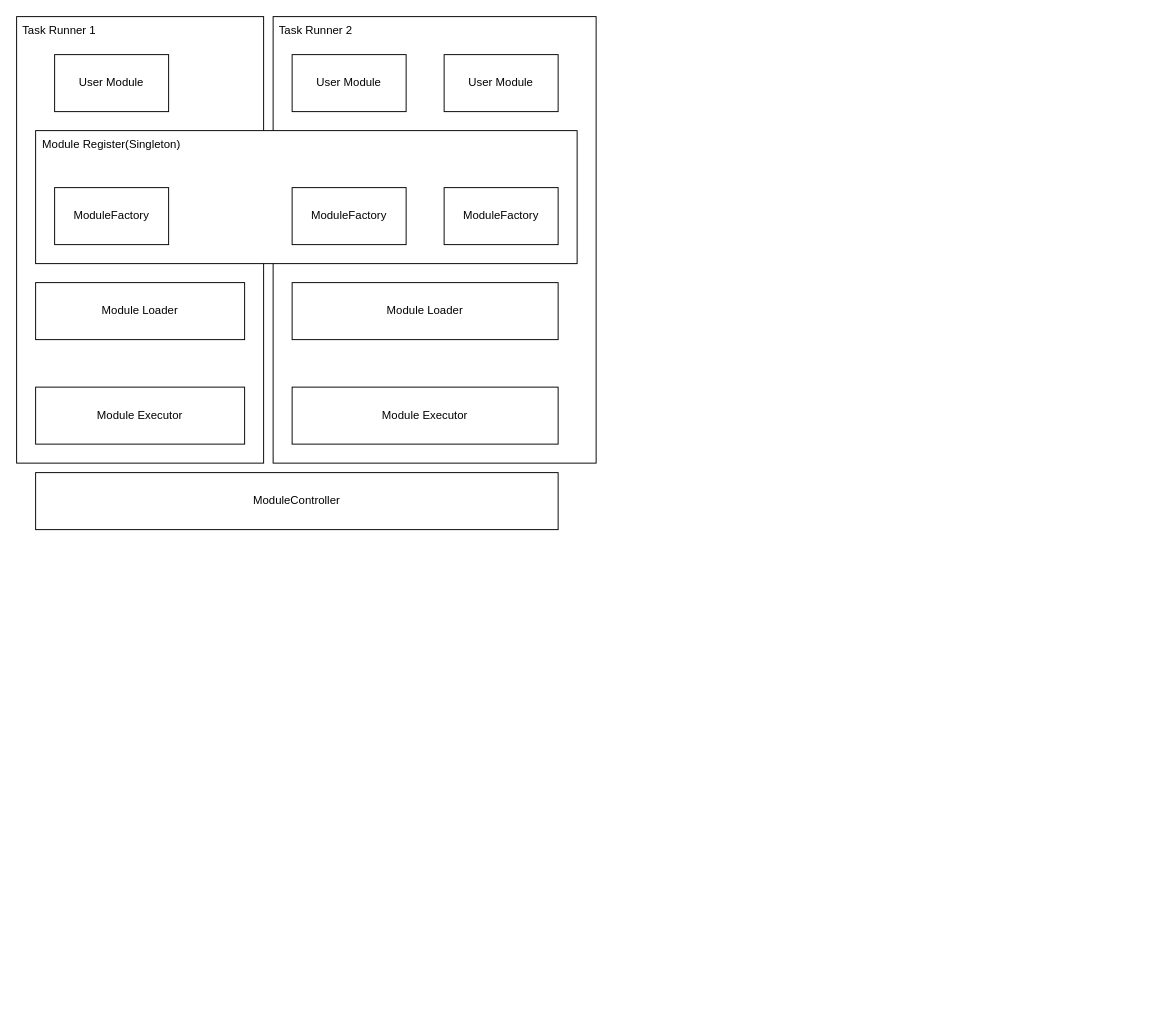
This is page "module" (2 of 3) of doc/arch.drawio from ISSuh/link, a draw.io file, before an edit. Source tidied: cells renumbered, new cells numbered last; positions are measured from the earlier drawing's top-left corner, leaving out a move shared by most shapes. Both pictures are drawn from the tidied source at 95%, with x=0, y=0 at pixel (16, 16).
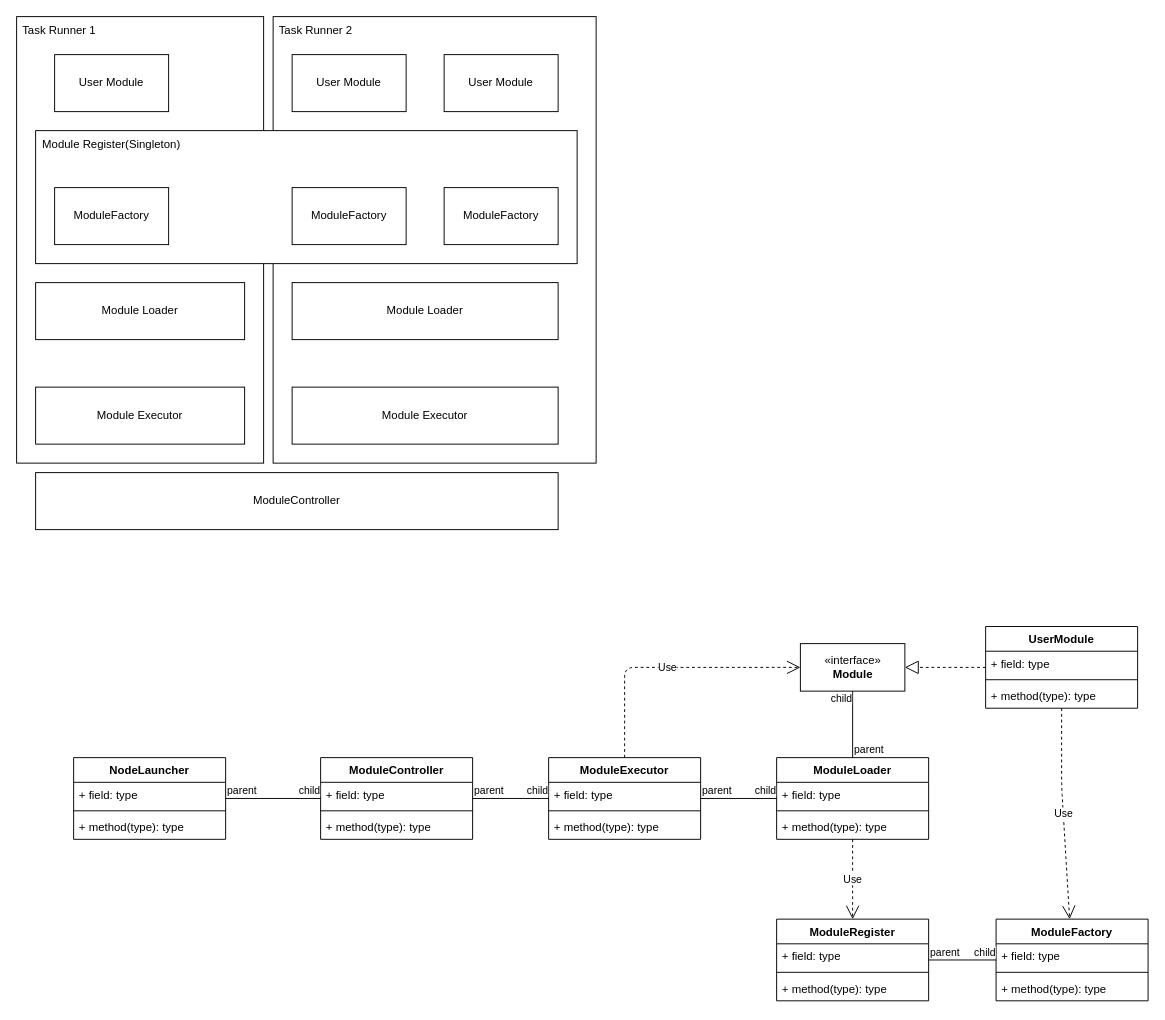
The same page after the edit.

Commit message (it also covers changes not shown here):
[dev] implementing module controller

What changed in the source:
```diff
@@
+    <mxCell id="19" value="ModuleController" style="swimlane;fontStyle=1;align=center;verticalAlign=top;horizontal=1;startSize=26;" parent="1" vertex="1">
+      <mxGeometry x="320" y="780" width="160" height="86" as="geometry" />
+    </mxCell>
+    <mxCell id="20" value="+ field: type" style="text;strokeColor=none;fillColor=none;align=left;verticalAlign=top;spacingLeft=4;spacingRight=4;overflow=hidden;" parent="19" vertex="1">
+      <mxGeometry y="26" width="160" height="26" as="geometry" />
+    </mxCell>
+    <mxCell id="21" style="line;strokeWidth=1;fillColor=none;align=left;verticalAlign=middle;spacingTop=-1;spacingLeft=3;spacingRight=3;labelPosition=right;" parent="19" vertex="1">
+      <mxGeometry y="52" width="160" height="8" as="geometry" />
+    </mxCell>
+    <mxCell id="22" value="+ method(type): type" style="text;strokeColor=none;fillColor=none;align=left;verticalAlign=top;spacingLeft=4;spacingRight=4;overflow=hidden;" parent="19" vertex="1">
+      <mxGeometry y="60" width="160" height="26" as="geometry" />
+    </mxCell>
+    <mxCell id="23" value="ModuleExecutor" style="swimlane;fontStyle=1;align=center;verticalAlign=top;horizontal=1;startSize=26;" parent="1" vertex="1">
+      <mxGeometry x="560" y="780" width="160" height="86" as="geometry" />
+    </mxCell>
+    <mxCell id="24" value="+ field: type" style="text;strokeColor=none;fillColor=none;align=left;verticalAlign=top;spacingLeft=4;spacingRight=4;overflow=hidden;" parent="23" vertex="1">
+      <mxGeometry y="26" width="160" height="26" as="geometry" />
+    </mxCell>
+    <mxCell id="25" style="line;strokeWidth=1;fillColor=none;align=left;verticalAlign=middle;spacingTop=-1;spacingLeft=3;spacingRight=3;labelPosition=right;" parent="23" vertex="1">
+      <mxGeometry y="52" width="160" height="8" as="geometry" />
+    </mxCell>
+    <mxCell id="26" value="+ method(type): type" style="text;strokeColor=none;fillColor=none;align=left;verticalAlign=top;spacingLeft=4;spacingRight=4;overflow=hidden;" parent="23" vertex="1">
+      <mxGeometry y="60" width="160" height="26" as="geometry" />
+    </mxCell>
+    <mxCell id="27" value="ModuleLoader" style="swimlane;fontStyle=1;align=center;verticalAlign=top;horizontal=1;startSize=26;" parent="1" vertex="1">
+      <mxGeometry x="800" y="780" width="160" height="86" as="geometry" />
+    </mxCell>
+    <mxCell id="28" value="+ field: type" style="text;strokeColor=none;fillColor=none;align=left;verticalAlign=top;spacingLeft=4;spacingRight=4;overflow=hidden;" parent="27" vertex="1">
+      <mxGeometry y="26" width="160" height="26" as="geometry" />
+    </mxCell>
+    <mxCell id="29" style="line;strokeWidth=1;fillColor=none;align=left;verticalAlign=middle;spacingTop=-1;spacingLeft=3;spacingRight=3;labelPosition=right;" parent="27" vertex="1">
+      <mxGeometry y="52" width="160" height="8" as="geometry" />
+    </mxCell>
+    <mxCell id="30" value="+ method(type): type" style="text;strokeColor=none;fillColor=none;align=left;verticalAlign=top;spacingLeft=4;spacingRight=4;overflow=hidden;" parent="27" vertex="1">
+      <mxGeometry y="60" width="160" height="26" as="geometry" />
+    </mxCell>
+    <mxCell id="31" value="UserModule" style="swimlane;fontStyle=1;align=center;verticalAlign=top;horizontal=1;startSize=26;" parent="1" vertex="1">
+      <mxGeometry x="1020" y="642" width="160" height="86" as="geometry" />
+    </mxCell>
+    <mxCell id="32" value="+ field: type" style="text;strokeColor=none;fillColor=none;align=left;verticalAlign=top;spacingLeft=4;spacingRight=4;overflow=hidden;" parent="31" vertex="1">
+      <mxGeometry y="26" width="160" height="26" as="geometry" />
+    </mxCell>
+    <mxCell id="33" style="line;strokeWidth=1;fillColor=none;align=left;verticalAlign=middle;spacingTop=-1;spacingLeft=3;spacingRight=3;labelPosition=right;" parent="31" vertex="1">
+      <mxGeometry y="52" width="160" height="8" as="geometry" />
+    </mxCell>
+    <mxCell id="34" value="+ method(type): type" style="text;strokeColor=none;fillColor=none;align=left;verticalAlign=top;spacingLeft=4;spacingRight=4;overflow=hidden;" parent="31" vertex="1">
+      <mxGeometry y="60" width="160" height="26" as="geometry" />
+    </mxCell>
+    <mxCell id="35" value="«interface»&lt;br&gt;&lt;b&gt;Module&lt;/b&gt;" style="html=1;" parent="1" vertex="1">
+      <mxGeometry x="825" y="660" width="110" height="50" as="geometry" />
+    </mxCell>
+    <mxCell id="36" style="endArrow=block;dashed=1;endFill=0;endSize=12;html=1;entryX=1;entryY=0.5;entryDx=0;entryDy=0;" parent="1" edge="1" source="31" target="35">
+      <mxGeometry relative="1" as="geometry" />
+    </mxCell>
+    <mxCell id="37" style="endArrow=none;html=1;edgeStyle=orthogonalEdgeStyle;" parent="1" edge="1" source="27" target="35">
+      <mxGeometry relative="1" as="geometry" />
+    </mxCell>
+    <mxCell id="38" value="parent" style="edgeLabel;html=1;align=left;verticalAlign=bottom;" parent="37" vertex="1">
+      <mxGeometry x="-1" relative="1" as="geometry" />
+    </mxCell>
+    <mxCell id="39" value="child" style="edgeLabel;html=1;align=right;verticalAlign=bottom;" parent="37" vertex="1">
+      <mxGeometry x="1" relative="1" as="geometry">
+        <mxPoint y="16" as="offset" />
+      </mxGeometry>
+    </mxCell>
+    <mxCell id="40" style="endArrow=none;html=1;edgeStyle=orthogonalEdgeStyle;" parent="1" edge="1" source="23" target="27">
+      <mxGeometry relative="1" as="geometry" />
+    </mxCell>
+    <mxCell id="41" value="parent" style="edgeLabel;html=1;align=left;verticalAlign=bottom;" parent="40" vertex="1">
+      <mxGeometry x="-1" relative="1" as="geometry" />
+    </mxCell>
+    <mxCell id="42" value="child" style="edgeLabel;html=1;align=right;verticalAlign=bottom;" parent="40" vertex="1">
+      <mxGeometry x="1" relative="1" as="geometry" />
+    </mxCell>
+    <mxCell id="43" style="endArrow=none;html=1;edgeStyle=orthogonalEdgeStyle;" parent="1" edge="1" source="19" target="23">
+      <mxGeometry relative="1" as="geometry" />
+    </mxCell>
+    <mxCell id="44" value="parent" style="edgeLabel;html=1;align=left;verticalAlign=bottom;" parent="43" vertex="1">
+      <mxGeometry x="-1" relative="1" as="geometry" />
+    </mxCell>
+    <mxCell id="45" value="child" style="edgeLabel;html=1;align=right;verticalAlign=bottom;" parent="43" vertex="1">
+      <mxGeometry x="1" relative="1" as="geometry" />
+    </mxCell>
+    <mxCell id="46" value="ModuleRegister" style="swimlane;fontStyle=1;align=center;verticalAlign=top;horizontal=1;startSize=26;" parent="1" vertex="1">
+      <mxGeometry x="800" y="950" width="160" height="86" as="geometry" />
+    </mxCell>
+    <mxCell id="47" value="+ field: type" style="text;strokeColor=none;fillColor=none;align=left;verticalAlign=top;spacingLeft=4;spacingRight=4;overflow=hidden;" parent="46" vertex="1">
+      <mxGeometry y="26" width="160" height="26" as="geometry" />
+    </mxCell>
+    <mxCell id="48" style="line;strokeWidth=1;fillColor=none;align=left;verticalAlign=middle;spacingTop=-1;spacingLeft=3;spacingRight=3;labelPosition=right;" parent="46" vertex="1">
+      <mxGeometry y="52" width="160" height="8" as="geometry" />
+    </mxCell>
+    <mxCell id="49" value="+ method(type): type" style="text;strokeColor=none;fillColor=none;align=left;verticalAlign=top;spacingLeft=4;spacingRight=4;overflow=hidden;" parent="46" vertex="1">
+      <mxGeometry y="60" width="160" height="26" as="geometry" />
+    </mxCell>
+    <mxCell id="50" value="ModuleFactory" style="swimlane;fontStyle=1;align=center;verticalAlign=top;horizontal=1;startSize=26;" parent="1" vertex="1">
+      <mxGeometry x="1031" y="950" width="160" height="86" as="geometry" />
+    </mxCell>
+    <mxCell id="51" value="+ field: type" style="text;strokeColor=none;fillColor=none;align=left;verticalAlign=top;spacingLeft=4;spacingRight=4;overflow=hidden;" parent="50" vertex="1">
+      <mxGeometry y="26" width="160" height="26" as="geometry" />
+    </mxCell>
+    <mxCell id="52" style="line;strokeWidth=1;fillColor=none;align=left;verticalAlign=middle;spacingTop=-1;spacingLeft=3;spacingRight=3;labelPosition=right;" parent="50" vertex="1">
+      <mxGeometry y="52" width="160" height="8" as="geometry" />
+    </mxCell>
+    <mxCell id="53" value="+ method(type): type" style="text;strokeColor=none;fillColor=none;align=left;verticalAlign=top;spacingLeft=4;spacingRight=4;overflow=hidden;" parent="50" vertex="1">
+      <mxGeometry y="60" width="160" height="26" as="geometry" />
+    </mxCell>
+    <mxCell id="54" style="endArrow=none;html=1;edgeStyle=orthogonalEdgeStyle;" parent="1" edge="1" source="46" target="50">
+      <mxGeometry relative="1" as="geometry" />
+    </mxCell>
+    <mxCell id="55" value="parent" style="edgeLabel;html=1;align=left;verticalAlign=bottom;" parent="54" vertex="1">
+      <mxGeometry x="-1" relative="1" as="geometry" />
+    </mxCell>
+    <mxCell id="56" value="child" style="edgeLabel;html=1;align=right;verticalAlign=bottom;" parent="54" vertex="1">
+      <mxGeometry x="1" relative="1" as="geometry" />
+    </mxCell>
+    <mxCell id="57" value="Use" style="endArrow=open;endSize=12;dashed=1;html=1;" parent="1" edge="1" source="31" target="50">
+      <mxGeometry relative="1" as="geometry">
+        <Array as="points">
+          <mxPoint x="1100" y="810" />
+        </Array>
+      </mxGeometry>
+    </mxCell>
+    <mxCell id="58" value="Use" style="endArrow=open;endSize=12;dashed=1;html=1;" parent="1" edge="1" source="27" target="46">
+      <mxGeometry relative="1" as="geometry" />
+    </mxCell>
+    <mxCell id="59" value="Use" style="endArrow=open;endSize=12;dashed=1;html=1;exitX=0.5;exitY=0;exitDx=0;exitDy=0;entryX=0;entryY=0.5;entryDx=0;entryDy=0;" parent="1" edge="1" source="23" target="35">
+      <mxGeometry relative="1" as="geometry">
+        <Array as="points">
+          <mxPoint x="640" y="685" />
+        </Array>
+      </mxGeometry>
+    </mxCell>
+    <mxCell id="60" value="NodeLauncher" style="swimlane;fontStyle=1;align=center;verticalAlign=top;horizontal=1;startSize=26;" parent="1" vertex="1">
+      <mxGeometry x="60" y="780" width="160" height="86" as="geometry" />
+    </mxCell>
+    <mxCell id="61" value="+ field: type" style="text;strokeColor=none;fillColor=none;align=left;verticalAlign=top;spacingLeft=4;spacingRight=4;overflow=hidden;" parent="60" vertex="1">
+      <mxGeometry y="26" width="160" height="26" as="geometry" />
+    </mxCell>
+    <mxCell id="62" style="line;strokeWidth=1;fillColor=none;align=left;verticalAlign=middle;spacingTop=-1;spacingLeft=3;spacingRight=3;labelPosition=right;" parent="60" vertex="1">
+      <mxGeometry y="52" width="160" height="8" as="geometry" />
+    </mxCell>
+    <mxCell id="63" value="+ method(type): type" style="text;strokeColor=none;fillColor=none;align=left;verticalAlign=top;spacingLeft=4;spacingRight=4;overflow=hidden;" parent="60" vertex="1">
+      <mxGeometry y="60" width="160" height="26" as="geometry" />
+    </mxCell>
+    <mxCell id="64" style="endArrow=none;html=1;edgeStyle=orthogonalEdgeStyle;" parent="1" edge="1" source="60" target="19">
+      <mxGeometry relative="1" as="geometry" />
+    </mxCell>
+    <mxCell id="65" value="parent" style="edgeLabel;html=1;align=left;verticalAlign=bottom;" parent="64" vertex="1">
+      <mxGeometry x="-1" relative="1" as="geometry" />
+    </mxCell>
+    <mxCell id="66" value="child" style="edgeLabel;html=1;align=right;verticalAlign=bottom;" parent="64" vertex="1">
+      <mxGeometry x="1" relative="1" as="geometry" />
+    </mxCell>
```
